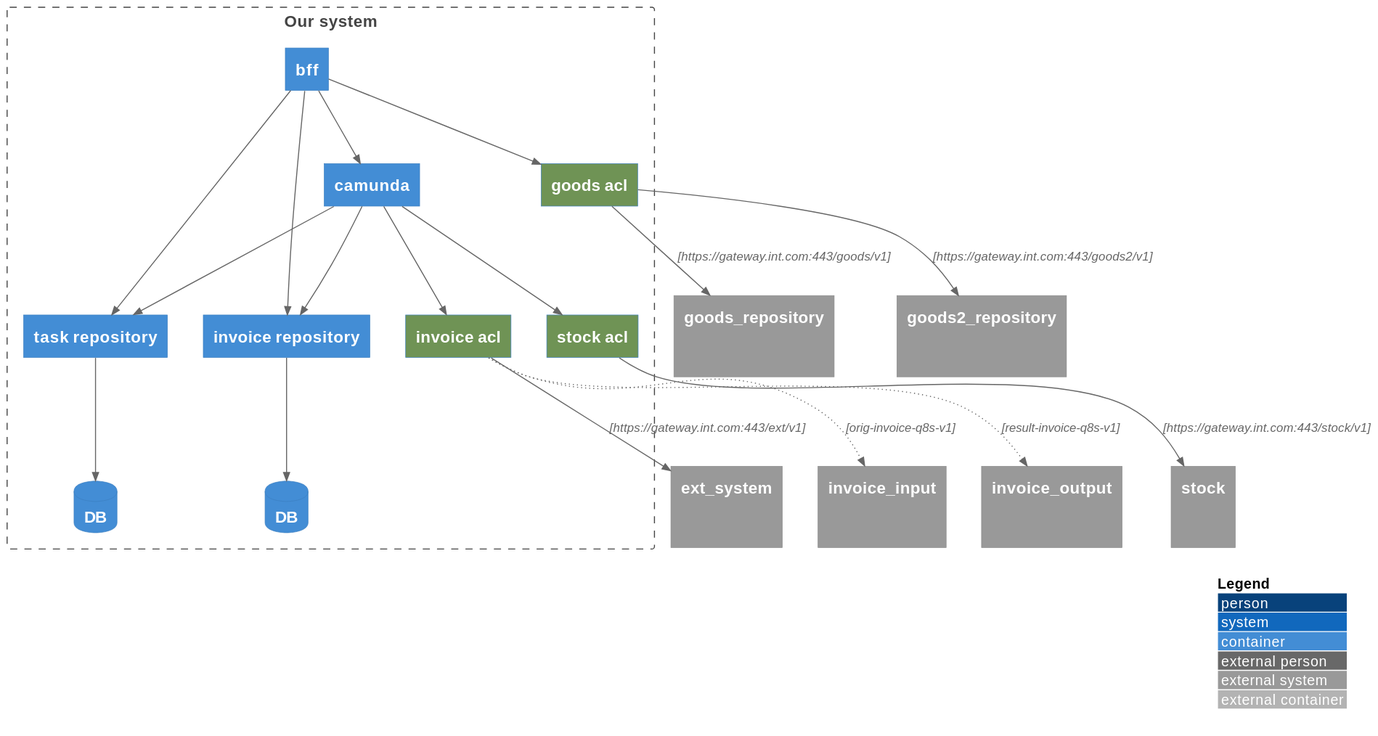
The PlantUML diagram resources/architecture/Demo Generated.svg in ChS23/aact, before a commit.
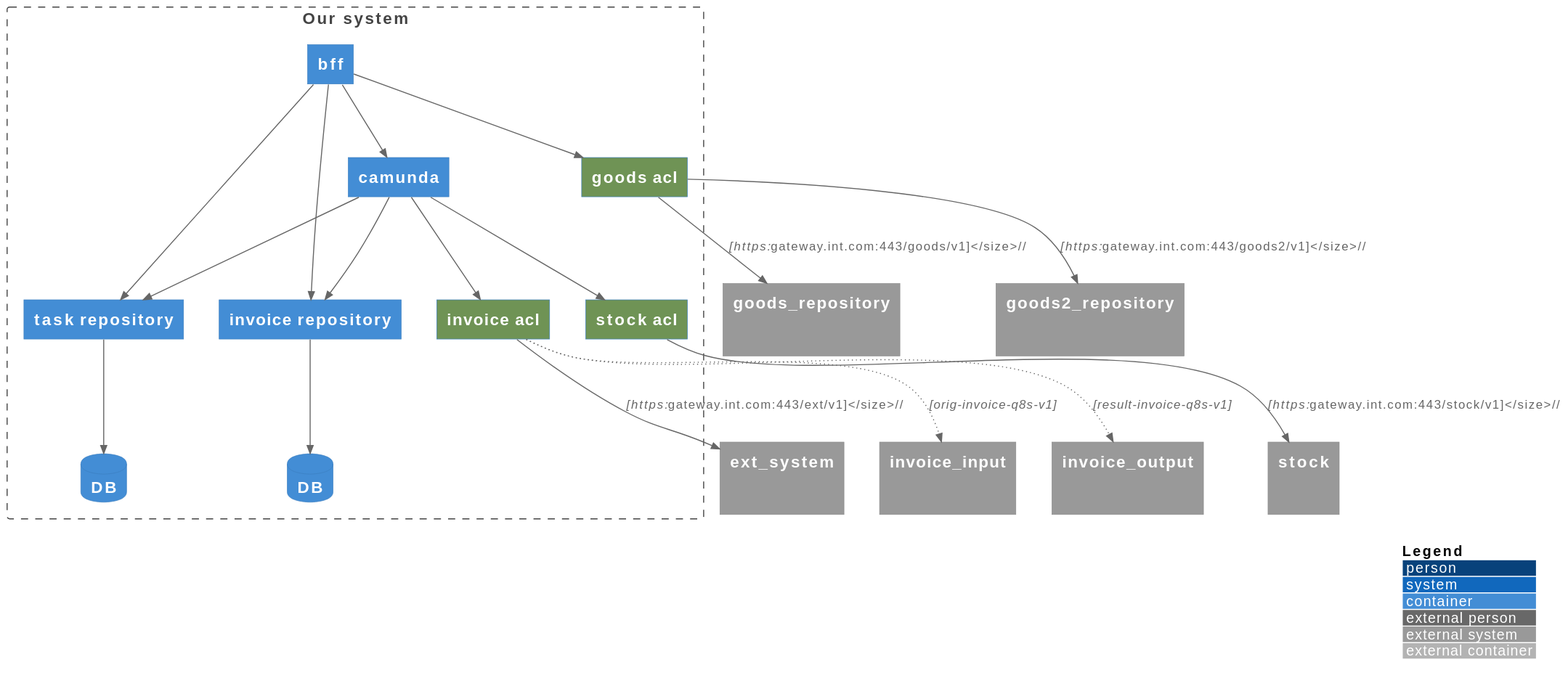
After the change.

Commit message:
chore: drop stale SVG updates

The SVGs in the original PR #15 were regenerated from the pre-v2
generator output. Post-v2 the .puml content structure is different
(see merge commit), so those SVGs would render against the wrong
diagram structure. Revert SVGs to current main; downstream PlantUML
rendering will regenerate them from the URL-escaped .puml.

What changed in the source:
```diff
@@ -25,15 +25,15 @@
 Rel(camunda, stock_acl, "")
 Rel(camunda, invoice_acl, "")
 System_Ext(goods_repository, "goods_repository", " ")
-Rel(goods_acl, goods_repository, "", "https:~//gateway.int.com:443/goods/v1")
+Rel(goods_acl, goods_repository, "", "https://gateway.int.com:443/goods/v1")
 System_Ext(goods2_repository, "goods2_repository", " ")
-Rel(goods_acl, goods2_repository, "", "https:~//gateway.int.com:443/goods2/v1")
+Rel(goods_acl, goods2_repository, "", "https://gateway.int.com:443/goods2/v1")
 System_Ext(ext_system, "ext_system", " ")
-Rel(invoice_acl, ext_system, "", "https:~//gateway.int.com:443/ext/v1")
+Rel(invoice_acl, ext_system, "", "https://gateway.int.com:443/ext/v1")
 System_Ext(invoice_input, "invoice_input", " ")
 Rel(invoice_acl, invoice_input, "", "orig-invoice-q8s-v1", $tags="async")
 System_Ext(invoice_output, "invoice_output", " ")
 Rel(invoice_acl, invoice_output, "", "result-invoice-q8s-v1", $tags="async")
 System_Ext(stock, "stock", " ")
-Rel(stock_acl, stock, "", "https:~//gateway.int.com:443/stock/v1")
+Rel(stock_acl, stock, "", "https://gateway.int.com:443/stock/v1")
 @enduml
```
